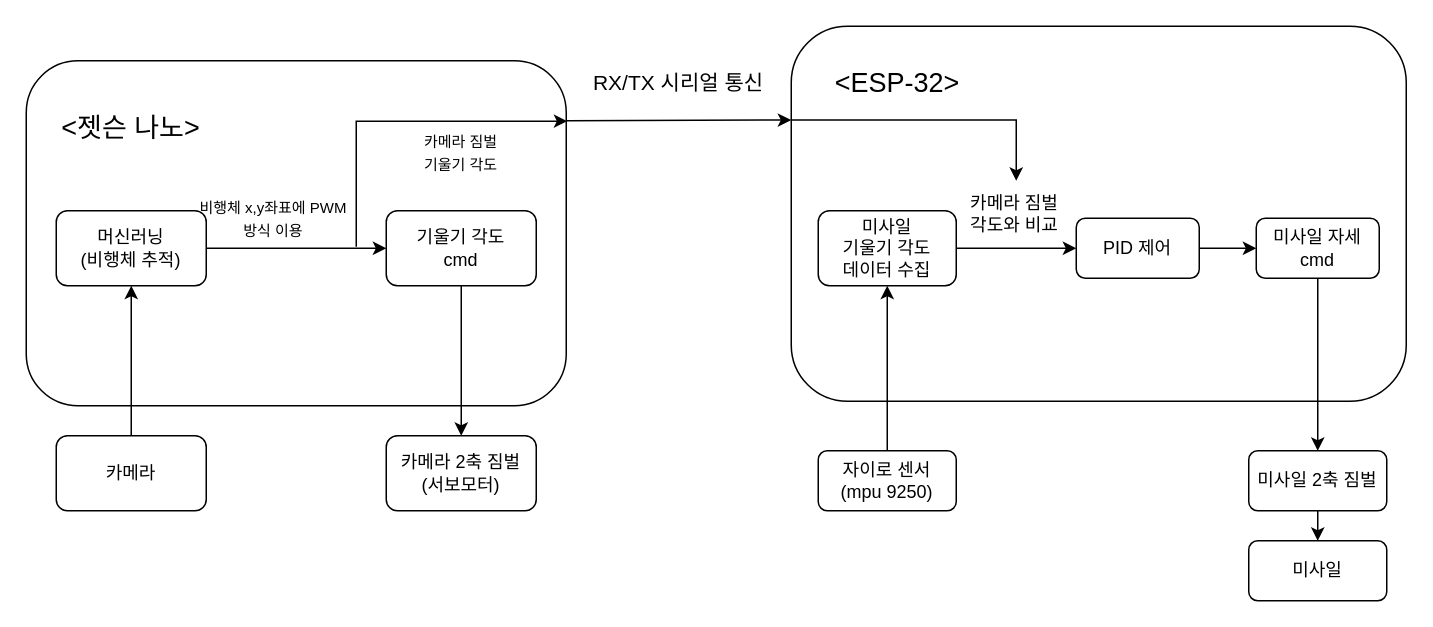
Above: 제목 없는 다이어그램.drawio in sonmyungwon/Software-Development (draw.io), before the change. Source tidied: cells renumbered, new cells numbered last; positions are measured from the earlier drawing's top-left corner, leaving out a move shared by most shapes. Both pictures are drawn from the tidied source at 150%, with x=0, y=0 at pixel (26, 26).
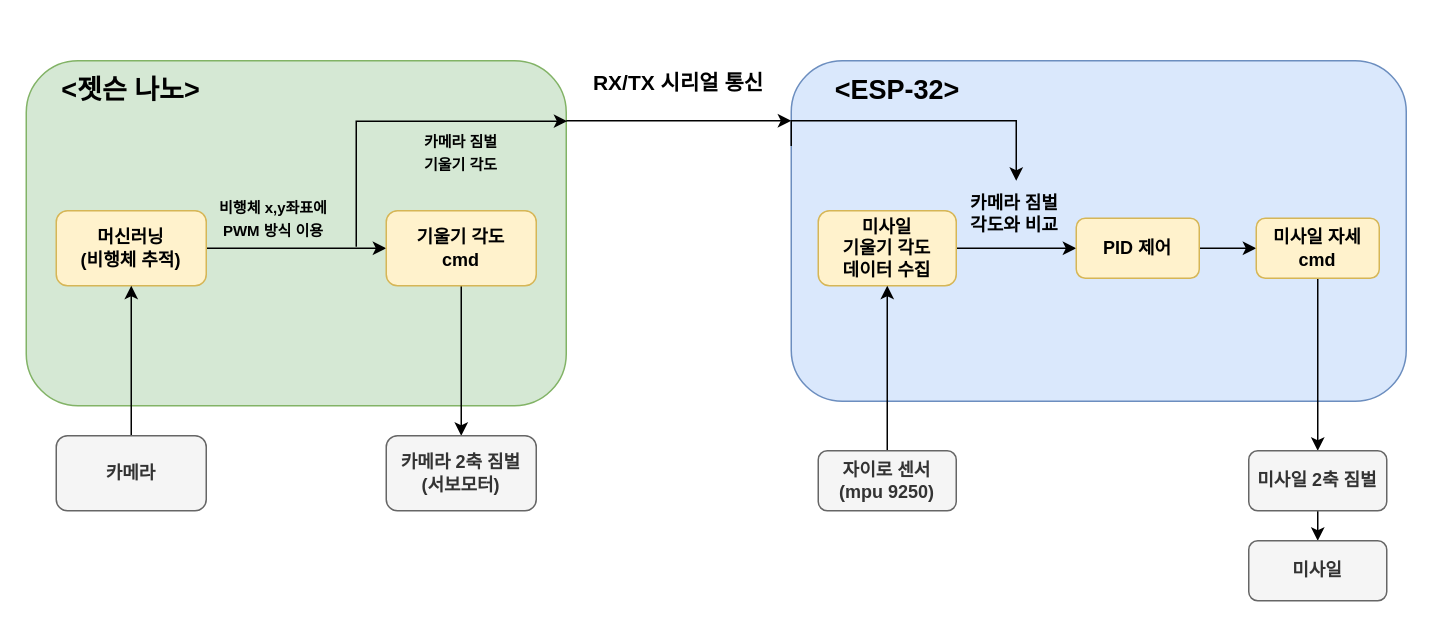
Above is the later version.

Commit message (it also covers changes not shown here):
제목 없는 다이어그램.drawio 업데이트

Change to the diagram source:
```diff
@@
-    <mxCell id="2" style="rounded=1;whiteSpace=wrap;html=1;" parent="1" vertex="1">
+    <mxCell id="2" style="rounded=1;whiteSpace=wrap;html=1;fillColor=#d5e8d4;strokeColor=#82b366;fontStyle=1;" parent="1" vertex="1">
       <mxGeometry y="23" width="360" height="230" as="geometry" />
     </mxCell>
-    <mxCell id="3" style="edgeStyle=orthogonalEdgeStyle;rounded=0;jettySize=auto;html=1;exitX=1;exitY=0.5;exitDx=0;exitDy=0;entryX=0;entryY=0.5;entryDx=0;entryDy=0;" parent="1" edge="1" source="4" target="6">
+    <mxCell id="3" style="edgeStyle=orthogonalEdgeStyle;rounded=0;jettySize=auto;html=1;exitX=1;exitY=0.5;exitDx=0;exitDy=0;entryX=0;entryY=0.5;entryDx=0;entryDy=0;fontStyle=1;" parent="1" edge="1" source="4" target="6">
       <mxGeometry relative="1" as="geometry" />
     </mxCell>
-    <mxCell id="4" value="머신러닝&lt;br&gt;(비행체 추적)" style="rounded=1;whiteSpace=wrap;html=1;" parent="1" vertex="1">
+    <mxCell id="4" value="머신러닝&lt;br&gt;(비행체 추적)" style="rounded=1;whiteSpace=wrap;html=1;fillColor=#fff2cc;strokeColor=#d6b656;fontStyle=1;" parent="1" vertex="1">
       <mxGeometry x="20" y="123" width="100" height="50" as="geometry" />
     </mxCell>
-    <mxCell id="5" style="edgeStyle=orthogonalEdgeStyle;rounded=0;jettySize=auto;html=1;exitX=0.5;exitY=1;exitDx=0;exitDy=0;" parent="1" edge="1" source="6" target="9">
+    <mxCell id="5" style="edgeStyle=orthogonalEdgeStyle;rounded=0;jettySize=auto;html=1;exitX=0.5;exitY=1;exitDx=0;exitDy=0;fontStyle=1;" parent="1" edge="1" source="6" target="9">
       <mxGeometry relative="1" as="geometry" />
     </mxCell>
-    <mxCell id="6" value="기울기 각도&lt;br&gt;cmd" style="rounded=1;whiteSpace=wrap;html=1;" parent="1" vertex="1">
+    <mxCell id="6" value="기울기 각도&lt;br&gt;cmd" style="rounded=1;whiteSpace=wrap;html=1;fillColor=#fff2cc;strokeColor=#d6b656;fontStyle=1;" parent="1" vertex="1">
       <mxGeometry x="240" y="123" width="100" height="50" as="geometry" />
     </mxCell>
-    <mxCell id="7" style="edgeStyle=orthogonalEdgeStyle;rounded=0;jettySize=auto;html=1;exitX=0.5;exitY=0;exitDx=0;exitDy=0;entryX=0.5;entryY=1;entryDx=0;entryDy=0;" parent="1" edge="1" source="8" target="4">
+    <mxCell id="7" style="edgeStyle=orthogonalEdgeStyle;rounded=0;jettySize=auto;html=1;exitX=0.5;exitY=0;exitDx=0;exitDy=0;entryX=0.5;entryY=1;entryDx=0;entryDy=0;fontStyle=1;" parent="1" edge="1" source="8" target="4">
       <mxGeometry relative="1" as="geometry" />
     </mxCell>
-    <mxCell id="8" value="카메라" style="rounded=1;whiteSpace=wrap;html=1;" parent="1" vertex="1">
+    <mxCell id="8" value="카메라" style="rounded=1;whiteSpace=wrap;html=1;fillColor=#f5f5f5;fontColor=#333333;strokeColor=#666666;fontStyle=1;" parent="1" vertex="1">
       <mxGeometry x="20" y="273" width="100" height="50" as="geometry" />
     </mxCell>
-    <mxCell id="9" value="카메라 2축 짐벌&lt;br&gt;(서보모터)" style="rounded=1;whiteSpace=wrap;html=1;" parent="1" vertex="1">
+    <mxCell id="9" value="카메라 2축 짐벌&lt;br&gt;(서보모터)" style="rounded=1;whiteSpace=wrap;html=1;fillColor=#f5f5f5;fontColor=#333333;strokeColor=#666666;fontStyle=1;" parent="1" vertex="1">
       <mxGeometry x="240" y="273" width="100" height="50" as="geometry" />
     </mxCell>
-    <mxCell id="10" value="&lt;font style=&quot;font-size: 10px;&quot;&gt;비행체 x,y좌표에 PWM 방식 이용&lt;/font&gt;" style="text;strokeColor=none;align=center;fillColor=none;html=1;verticalAlign=middle;whiteSpace=wrap;rounded=0;" parent="1" vertex="1">
+    <mxCell id="10" value="&lt;font style=&quot;font-size: 10px;&quot;&gt;비행체 x,y좌표에 PWM 방식 이용&lt;/font&gt;" style="text;strokeColor=none;align=center;fillColor=none;html=1;verticalAlign=middle;whiteSpace=wrap;rounded=0;fontStyle=1;" parent="1" vertex="1">
       <mxGeometry x="115" y="113" width="100" height="30" as="geometry" />
     </mxCell>
-    <mxCell id="11" value="&lt;font style=&quot;font-size: 18px;&quot;&gt;&amp;lt;젯슨 나노&amp;gt;&lt;/font&gt;" style="text;strokeColor=none;align=center;fillColor=none;html=1;verticalAlign=middle;whiteSpace=wrap;rounded=0;" parent="1" vertex="1">
-      <mxGeometry x="10" y="53" width="120" height="30" as="geometry" />
+    <mxCell id="11" value="&lt;font style=&quot;font-size: 18px;&quot;&gt;&amp;lt;젯슨 나노&amp;gt;&lt;/font&gt;" style="text;strokeColor=none;align=center;fillColor=none;html=1;verticalAlign=middle;whiteSpace=wrap;rounded=0;fontStyle=1;" parent="1" vertex="1">
+      <mxGeometry x="10" y="28" width="120" height="30" as="geometry" />
     </mxCell>
-    <mxCell id="12" style="rounded=1;whiteSpace=wrap;html=1;" parent="1" vertex="1">
-      <mxGeometry x="510" width="410" height="250" as="geometry" />
+    <mxCell id="12" style="rounded=1;whiteSpace=wrap;html=1;fillColor=#dae8fc;strokeColor=#6c8ebf;fontStyle=1;" parent="1" vertex="1">
+      <mxGeometry x="510" y="23" width="410" height="227" as="geometry" />
     </mxCell>
-    <mxCell id="13" style="edgeStyle=orthogonalEdgeStyle;jettySize=auto;html=1;rounded=0;entryX=1.002;entryY=0.175;entryDx=0;entryDy=0;entryPerimeter=0;" parent="1" edge="1" target="2">
+    <mxCell id="13" style="edgeStyle=orthogonalEdgeStyle;jettySize=auto;html=1;rounded=0;entryX=1.002;entryY=0.175;entryDx=0;entryDy=0;entryPerimeter=0;fontStyle=1;" parent="1" edge="1" target="2">
       <mxGeometry relative="1" as="geometry">
         <mxPoint x="220" y="147" as="sourcePoint" />
         <Array as="points">
           <mxPoint x="220" y="63" />
         </Array>
       </mxGeometry>
     </mxCell>
-    <mxCell id="14" value="&lt;font style=&quot;font-size: 10px;&quot;&gt;카메라 짐벌&lt;br&gt;기울기 각도&lt;br&gt;&lt;/font&gt;" style="text;strokeColor=none;align=center;fillColor=none;html=1;verticalAlign=middle;whiteSpace=wrap;rounded=0;" parent="1" vertex="1">
+    <mxCell id="14" value="&lt;font style=&quot;font-size: 10px;&quot;&gt;카메라 짐벌&lt;br&gt;기울기 각도&lt;br&gt;&lt;/font&gt;" style="text;strokeColor=none;align=center;fillColor=none;html=1;verticalAlign=middle;whiteSpace=wrap;rounded=0;fontStyle=1;" parent="1" vertex="1">
       <mxGeometry x="240" y="69" width="100" height="30" as="geometry" />
     </mxCell>
-    <mxCell id="15" value="&lt;font style=&quot;font-size: 18px;&quot;&gt;&amp;lt;ESP-32&amp;gt;&lt;/font&gt;" style="text;strokeColor=none;align=center;fillColor=none;html=1;verticalAlign=middle;whiteSpace=wrap;rounded=0;" parent="1" vertex="1">
-      <mxGeometry x="521" y="23" width="120" height="30" as="geometry" />
+    <mxCell id="15" value="&lt;font style=&quot;font-size: 18px;&quot;&gt;&amp;lt;ESP-32&amp;gt;&lt;/font&gt;" style="text;strokeColor=none;align=center;fillColor=none;html=1;verticalAlign=middle;whiteSpace=wrap;rounded=0;fontStyle=1;" parent="1" vertex="1">
+      <mxGeometry x="521" y="28" width="120" height="30" as="geometry" />
     </mxCell>
-    <mxCell id="16" style="edgeStyle=orthogonalEdgeStyle;rounded=0;jettySize=auto;html=1;exitX=1;exitY=0.5;exitDx=0;exitDy=0;" parent="1" edge="1" source="17" target="19">
+    <mxCell id="16" style="edgeStyle=orthogonalEdgeStyle;rounded=0;jettySize=auto;html=1;exitX=1;exitY=0.5;exitDx=0;exitDy=0;fontStyle=1;" parent="1" edge="1" source="17" target="19">
       <mxGeometry relative="1" as="geometry" />
     </mxCell>
-    <mxCell id="17" value="미사일&lt;br&gt;기울기 각도&lt;br&gt;데이터 수집" style="rounded=1;whiteSpace=wrap;html=1;" parent="1" vertex="1">
+    <mxCell id="17" value="미사일&lt;br&gt;기울기 각도&lt;br&gt;데이터 수집" style="rounded=1;whiteSpace=wrap;html=1;fillColor=#fff2cc;strokeColor=#d6b656;fontStyle=1;" parent="1" vertex="1">
       <mxGeometry x="528" y="123" width="92" height="50" as="geometry" />
     </mxCell>
-    <mxCell id="18" style="edgeStyle=orthogonalEdgeStyle;rounded=0;jettySize=auto;html=1;exitX=1;exitY=0.5;exitDx=0;exitDy=0;" parent="1" edge="1" source="19" target="21">
+    <mxCell id="18" style="edgeStyle=orthogonalEdgeStyle;rounded=0;jettySize=auto;html=1;exitX=1;exitY=0.5;exitDx=0;exitDy=0;fontStyle=1;" parent="1" edge="1" source="19" target="21">
       <mxGeometry relative="1" as="geometry" />
     </mxCell>
-    <mxCell id="19" value="PID 제어" style="rounded=1;whiteSpace=wrap;html=1;" parent="1" vertex="1">
+    <mxCell id="19" value="PID 제어" style="rounded=1;whiteSpace=wrap;html=1;fillColor=#fff2cc;strokeColor=#d6b656;fontStyle=1;" parent="1" vertex="1">
       <mxGeometry x="700" y="128" width="82" height="40" as="geometry" />
     </mxCell>
-    <mxCell id="20" style="edgeStyle=orthogonalEdgeStyle;rounded=0;jettySize=auto;html=1;exitX=0.5;exitY=1;exitDx=0;exitDy=0;entryX=0.5;entryY=0;entryDx=0;entryDy=0;" parent="1" edge="1" source="21" target="25">
+    <mxCell id="20" style="edgeStyle=orthogonalEdgeStyle;rounded=0;jettySize=auto;html=1;exitX=0.5;exitY=1;exitDx=0;exitDy=0;entryX=0.5;entryY=0;entryDx=0;entryDy=0;fontStyle=1;" parent="1" edge="1" source="21" target="25">
       <mxGeometry relative="1" as="geometry" />
     </mxCell>
-    <mxCell id="21" value="미사일 자세&lt;br&gt;cmd" style="rounded=1;whiteSpace=wrap;html=1;" parent="1" vertex="1">
+    <mxCell id="21" value="미사일 자세&lt;br&gt;cmd" style="rounded=1;whiteSpace=wrap;html=1;fillColor=#fff2cc;strokeColor=#d6b656;fontStyle=1;" parent="1" vertex="1">
       <mxGeometry x="820" y="128" width="82" height="40" as="geometry" />
     </mxCell>
-    <mxCell id="22" style="edgeStyle=orthogonalEdgeStyle;rounded=0;jettySize=auto;html=1;exitX=0.5;exitY=0;exitDx=0;exitDy=0;" parent="1" edge="1" source="23" target="17">
+    <mxCell id="22" style="edgeStyle=orthogonalEdgeStyle;rounded=0;jettySize=auto;html=1;exitX=0.5;exitY=0;exitDx=0;exitDy=0;fontStyle=1;" parent="1" edge="1" source="23" target="17">
       <mxGeometry relative="1" as="geometry" />
     </mxCell>
-    <mxCell id="23" value="자이로 센서&lt;br&gt;(mpu 9250)" style="rounded=1;whiteSpace=wrap;html=1;" parent="1" vertex="1">
+    <mxCell id="23" value="자이로 센서&lt;br&gt;(mpu 9250)" style="rounded=1;whiteSpace=wrap;html=1;fillColor=#f5f5f5;fontColor=#333333;strokeColor=#666666;fontStyle=1;" parent="1" vertex="1">
       <mxGeometry x="528" y="283" width="92" height="40" as="geometry" />
     </mxCell>
-    <mxCell id="24" style="edgeStyle=orthogonalEdgeStyle;rounded=0;jettySize=auto;html=1;exitX=0.5;exitY=1;exitDx=0;exitDy=0;entryX=0.5;entryY=0;entryDx=0;entryDy=0;" parent="1" edge="1" source="25" target="26">
+    <mxCell id="24" style="edgeStyle=orthogonalEdgeStyle;rounded=0;jettySize=auto;html=1;exitX=0.5;exitY=1;exitDx=0;exitDy=0;entryX=0.5;entryY=0;entryDx=0;entryDy=0;fontStyle=1;" parent="1" edge="1" source="25" target="26">
       <mxGeometry relative="1" as="geometry" />
     </mxCell>
-    <mxCell id="25" value="미사일 2축 짐벌" style="rounded=1;whiteSpace=wrap;html=1;" parent="1" vertex="1">
+    <mxCell id="25" value="미사일 2축 짐벌" style="rounded=1;whiteSpace=wrap;html=1;fillColor=#f5f5f5;fontColor=#333333;strokeColor=#666666;fontStyle=1;" parent="1" vertex="1">
       <mxGeometry x="815" y="283" width="92" height="40" as="geometry" />
     </mxCell>
-    <mxCell id="26" value="미사일" style="rounded=1;whiteSpace=wrap;html=1;" parent="1" vertex="1">
+    <mxCell id="26" value="미사일" style="rounded=1;whiteSpace=wrap;html=1;fillColor=#f5f5f5;fontColor=#333333;strokeColor=#666666;fontStyle=1;" parent="1" vertex="1">
       <mxGeometry x="815" y="343" width="92" height="40" as="geometry" />
     </mxCell>
-    <mxCell id="27" style="edgeStyle=none;jettySize=auto;html=1;rounded=0;entryX=0;entryY=0.25;entryDx=0;entryDy=0;" parent="1" edge="1" target="12">
+    <mxCell id="27" style="edgeStyle=none;orthogonalLoop=1;jettySize=auto;html=1;rounded=0;fontStyle=1;" parent="1" edge="1">
       <mxGeometry relative="1" as="geometry">
         <mxPoint x="360" y="63" as="sourcePoint" />
+        <mxPoint x="510" y="63" as="targetPoint" />
       </mxGeometry>
     </mxCell>
-    <mxCell id="28" value="&lt;font style=&quot;font-size: 14px;&quot;&gt;RX/TX 시리얼 통신&lt;/font&gt;" style="text;strokeColor=none;align=center;fillColor=none;html=1;verticalAlign=middle;whiteSpace=wrap;rounded=0;" parent="1" vertex="1">
+    <mxCell id="28" value="&lt;font style=&quot;font-size: 14px;&quot;&gt;RX/TX 시리얼 통신&lt;/font&gt;" style="text;strokeColor=none;align=center;fillColor=none;html=1;verticalAlign=middle;whiteSpace=wrap;rounded=0;fontStyle=1;" parent="1" vertex="1">
       <mxGeometry x="370" y="18" width="130" height="40" as="geometry" />
     </mxCell>
-    <mxCell id="29" value="카메라 짐벌 각도와 비교" style="text;strokeColor=none;align=center;fillColor=none;html=1;verticalAlign=middle;whiteSpace=wrap;rounded=0;" parent="1" vertex="1">
+    <mxCell id="29" value="카메라 짐벌 각도와 비교" style="text;strokeColor=none;align=center;fillColor=none;html=1;verticalAlign=middle;whiteSpace=wrap;rounded=0;fontStyle=1;" parent="1" vertex="1">
       <mxGeometry x="624" y="107.5" width="70" height="35" as="geometry" />
     </mxCell>
-    <mxCell id="30" style="edgeStyle=orthogonalEdgeStyle;jettySize=auto;html=1;rounded=0;exitX=0;exitY=0.25;exitDx=0;exitDy=0;" parent="1" edge="1" source="12">
+    <mxCell id="30" style="edgeStyle=orthogonalEdgeStyle;jettySize=auto;html=1;rounded=0;exitX=0;exitY=0.25;exitDx=0;exitDy=0;fontStyle=1;" parent="1" edge="1" source="12">
       <mxGeometry relative="1" as="geometry">
         <mxPoint x="660" y="103" as="targetPoint" />
         <Array as="points">
           <mxPoint x="660" y="63" />
         </Array>
       </mxGeometry>
     </mxCell>
```
